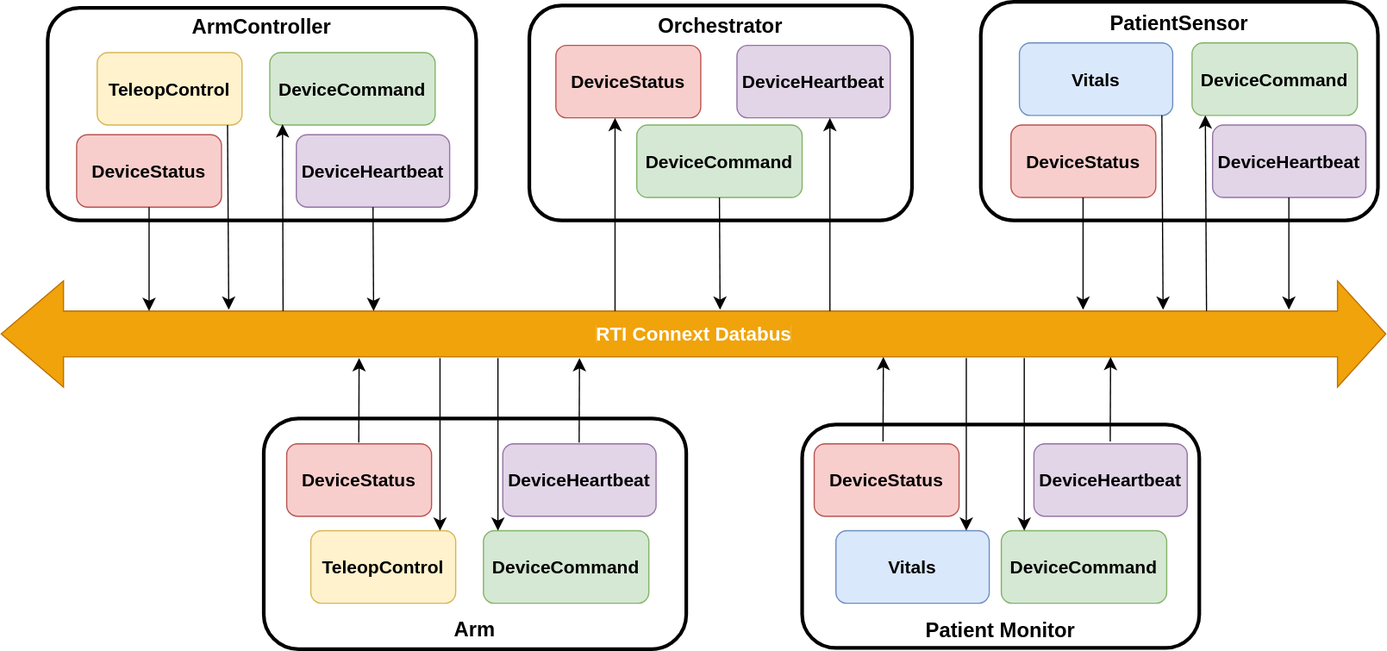
Above: resource/images/module-01-diagram-digital-OR.svg in rticommunity/rticonnextdds-medtech-reference-architecture (draw.io), before the change. Source tidied: cells renumbered, new cells last; positions are measured from the earlier drawing's top-left corner, leaving out a move shared by most shapes.
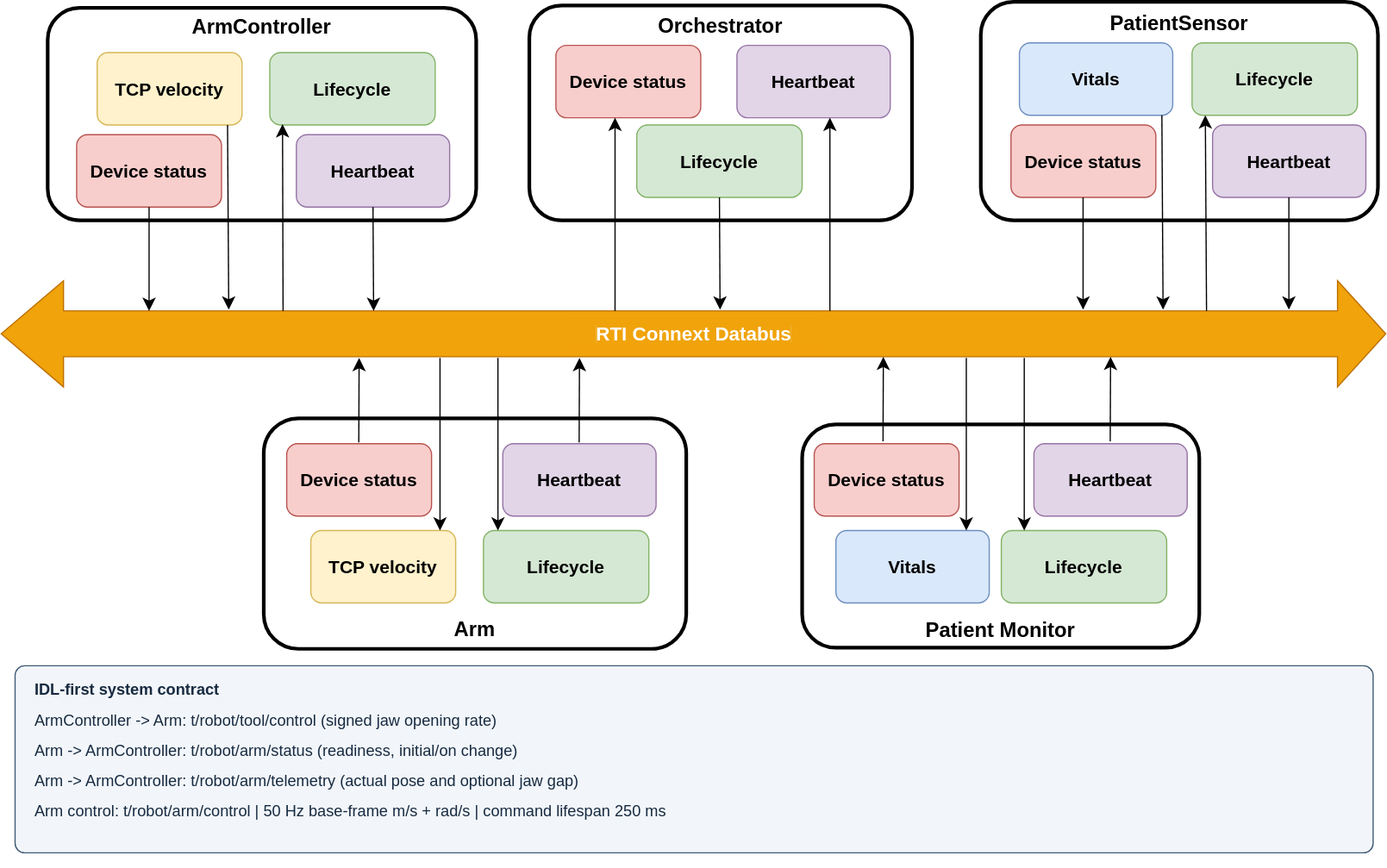
The same file after the commit.

The edit, as a diff of the source:
```diff
@@ -23,61 +23,61 @@
         <mxPoint x="1148" y="275" as="targetPoint" />
       </mxGeometry>
     </mxCell>
-    <mxCell id="8" value="&lt;b&gt;&lt;font style=&quot;font-size: 15px;&quot;&gt;DeviceStatus&lt;/font&gt;&lt;/b&gt;" style="rounded=1;whiteSpace=wrap;html=1;fillColor=#f8cecc;strokeColor=#b85450;" parent="1" vertex="1">
+    <mxCell id="8" value="&lt;b&gt;&lt;font style=&quot;font-size: 15px;&quot;&gt;Device status&lt;/font&gt;&lt;/b&gt;" style="rounded=1;whiteSpace=wrap;html=1;fillColor=#f8cecc;strokeColor=#b85450;" parent="1" vertex="1">
       <mxGeometry x="237" y="366" width="120" height="60" as="geometry" />
     </mxCell>
-    <mxCell id="9" value="&lt;b&gt;&lt;font style=&quot;font-size: 15px;&quot;&gt;DeviceHeartbeat&lt;/font&gt;&lt;/b&gt;" style="rounded=1;whiteSpace=wrap;html=1;fillColor=#e1d5e7;strokeColor=#9673a6;" parent="1" vertex="1">
+    <mxCell id="9" value="&lt;b&gt;&lt;font style=&quot;font-size: 15px;&quot;&gt;Heartbeat&lt;/font&gt;&lt;/b&gt;" style="rounded=1;whiteSpace=wrap;html=1;fillColor=#e1d5e7;strokeColor=#9673a6;" parent="1" vertex="1">
       <mxGeometry x="416" y="366" width="127" height="60" as="geometry" />
     </mxCell>
-    <mxCell id="10" value="&lt;b&gt;&lt;font style=&quot;font-size: 15px;&quot;&gt;TeleopControl&lt;/font&gt;&lt;/b&gt;" style="rounded=1;whiteSpace=wrap;html=1;fillColor=#fff2cc;strokeColor=#d6b656;" parent="1" vertex="1">
+    <mxCell id="10" value="&lt;b&gt;&lt;font style=&quot;font-size: 15px;&quot;&gt;TCP velocity&lt;/font&gt;&lt;/b&gt;" style="rounded=1;whiteSpace=wrap;html=1;fillColor=#fff2cc;strokeColor=#d6b656;" parent="1" vertex="1">
       <mxGeometry x="257" y="438" width="120" height="60" as="geometry" />
     </mxCell>
-    <mxCell id="11" value="&lt;b&gt;&lt;font style=&quot;font-size: 15px;&quot;&gt;DeviceCommand&lt;/font&gt;&lt;/b&gt;" style="rounded=1;whiteSpace=wrap;html=1;fillColor=#d5e8d4;strokeColor=#82b366;" parent="1" vertex="1">
+    <mxCell id="11" value="&lt;b&gt;&lt;font style=&quot;font-size: 15px;&quot;&gt;Lifecycle&lt;/font&gt;&lt;/b&gt;" style="rounded=1;whiteSpace=wrap;html=1;fillColor=#d5e8d4;strokeColor=#82b366;" parent="1" vertex="1">
       <mxGeometry x="400" y="438" width="137" height="60" as="geometry" />
     </mxCell>
-    <mxCell id="12" value="&lt;b&gt;&lt;font style=&quot;font-size: 15px;&quot;&gt;DeviceStatus&lt;/font&gt;&lt;/b&gt;" style="rounded=1;whiteSpace=wrap;html=1;fillColor=#f8cecc;strokeColor=#b85450;" parent="1" vertex="1">
+    <mxCell id="12" value="&lt;b&gt;&lt;font style=&quot;font-size: 15px;&quot;&gt;Device status&lt;/font&gt;&lt;/b&gt;" style="rounded=1;whiteSpace=wrap;html=1;fillColor=#f8cecc;strokeColor=#b85450;" parent="1" vertex="1">
       <mxGeometry x="63" y="110" width="120" height="60" as="geometry" />
     </mxCell>
-    <mxCell id="13" value="&lt;b&gt;&lt;font style=&quot;font-size: 15px;&quot;&gt;DeviceHeartbeat&lt;/font&gt;&lt;/b&gt;" style="rounded=1;whiteSpace=wrap;html=1;fillColor=#e1d5e7;strokeColor=#9673a6;" parent="1" vertex="1">
+    <mxCell id="13" value="&lt;b&gt;&lt;font style=&quot;font-size: 15px;&quot;&gt;Heartbeat&lt;/font&gt;&lt;/b&gt;" style="rounded=1;whiteSpace=wrap;html=1;fillColor=#e1d5e7;strokeColor=#9673a6;" parent="1" vertex="1">
       <mxGeometry x="245" y="110" width="127" height="60" as="geometry" />
     </mxCell>
-    <mxCell id="14" value="&lt;b&gt;&lt;font style=&quot;font-size: 15px;&quot;&gt;TeleopControl&lt;/font&gt;&lt;/b&gt;" style="rounded=1;whiteSpace=wrap;html=1;fillColor=#fff2cc;strokeColor=#d6b656;" parent="1" vertex="1">
+    <mxCell id="14" value="&lt;b&gt;&lt;font style=&quot;font-size: 15px;&quot;&gt;TCP velocity&lt;/font&gt;&lt;/b&gt;" style="rounded=1;whiteSpace=wrap;html=1;fillColor=#fff2cc;strokeColor=#d6b656;" parent="1" vertex="1">
       <mxGeometry x="80" y="42" width="120" height="60" as="geometry" />
     </mxCell>
-    <mxCell id="15" value="&lt;b&gt;&lt;font style=&quot;font-size: 15px;&quot;&gt;DeviceCommand&lt;/font&gt;&lt;/b&gt;" style="rounded=1;whiteSpace=wrap;html=1;fillColor=#d5e8d4;strokeColor=#82b366;" parent="1" vertex="1">
+    <mxCell id="15" value="&lt;b&gt;&lt;font style=&quot;font-size: 15px;&quot;&gt;Lifecycle&lt;/font&gt;&lt;/b&gt;" style="rounded=1;whiteSpace=wrap;html=1;fillColor=#d5e8d4;strokeColor=#82b366;" parent="1" vertex="1">
       <mxGeometry x="223" y="42" width="137" height="60" as="geometry" />
     </mxCell>
-    <mxCell id="16" value="&lt;b&gt;&lt;font style=&quot;font-size: 15px;&quot;&gt;DeviceCommand&lt;/font&gt;&lt;/b&gt;" style="rounded=1;whiteSpace=wrap;html=1;fillColor=#d5e8d4;strokeColor=#82b366;" parent="1" vertex="1">
+    <mxCell id="16" value="&lt;b&gt;&lt;font style=&quot;font-size: 15px;&quot;&gt;Lifecycle&lt;/font&gt;&lt;/b&gt;" style="rounded=1;whiteSpace=wrap;html=1;fillColor=#d5e8d4;strokeColor=#82b366;" parent="1" vertex="1">
       <mxGeometry x="527" y="102" width="137" height="60" as="geometry" />
     </mxCell>
-    <mxCell id="17" value="&lt;b&gt;&lt;font style=&quot;font-size: 15px;&quot;&gt;DeviceStatus&lt;/font&gt;&lt;/b&gt;" style="rounded=1;whiteSpace=wrap;html=1;fillColor=#f8cecc;strokeColor=#b85450;" parent="1" vertex="1">
+    <mxCell id="17" value="&lt;b&gt;&lt;font style=&quot;font-size: 15px;&quot;&gt;Device status&lt;/font&gt;&lt;/b&gt;" style="rounded=1;whiteSpace=wrap;html=1;fillColor=#f8cecc;strokeColor=#b85450;" parent="1" vertex="1">
       <mxGeometry x="460" y="36" width="120" height="60" as="geometry" />
     </mxCell>
-    <mxCell id="18" value="&lt;b&gt;&lt;font style=&quot;font-size: 15px;&quot;&gt;DeviceHeartbeat&lt;/font&gt;&lt;/b&gt;" style="rounded=1;whiteSpace=wrap;html=1;fillColor=#e1d5e7;strokeColor=#9673a6;" parent="1" vertex="1">
+    <mxCell id="18" value="&lt;b&gt;&lt;font style=&quot;font-size: 15px;&quot;&gt;Heartbeat&lt;/font&gt;&lt;/b&gt;" style="rounded=1;whiteSpace=wrap;html=1;fillColor=#e1d5e7;strokeColor=#9673a6;" parent="1" vertex="1">
       <mxGeometry x="610" y="36" width="127" height="60" as="geometry" />
     </mxCell>
-    <mxCell id="19" value="&lt;b&gt;&lt;font style=&quot;font-size: 15px;&quot;&gt;DeviceStatus&lt;/font&gt;&lt;/b&gt;" style="rounded=1;whiteSpace=wrap;html=1;fillColor=#f8cecc;strokeColor=#b85450;" parent="1" vertex="1">
+    <mxCell id="19" value="&lt;b&gt;&lt;font style=&quot;font-size: 15px;&quot;&gt;Device status&lt;/font&gt;&lt;/b&gt;" style="rounded=1;whiteSpace=wrap;html=1;fillColor=#f8cecc;strokeColor=#b85450;" parent="1" vertex="1">
       <mxGeometry x="837" y="102" width="120" height="60" as="geometry" />
     </mxCell>
-    <mxCell id="20" value="&lt;b&gt;&lt;font style=&quot;font-size: 15px;&quot;&gt;DeviceHeartbeat&lt;/font&gt;&lt;/b&gt;" style="rounded=1;whiteSpace=wrap;html=1;fillColor=#e1d5e7;strokeColor=#9673a6;" parent="1" vertex="1">
+    <mxCell id="20" value="&lt;b&gt;&lt;font style=&quot;font-size: 15px;&quot;&gt;Heartbeat&lt;/font&gt;&lt;/b&gt;" style="rounded=1;whiteSpace=wrap;html=1;fillColor=#e1d5e7;strokeColor=#9673a6;" parent="1" vertex="1">
       <mxGeometry x="1004" y="102" width="127" height="60" as="geometry" />
     </mxCell>
     <mxCell id="21" value="&lt;b&gt;&lt;font style=&quot;font-size: 15px;&quot;&gt;Vitals&lt;/font&gt;&lt;/b&gt;" style="rounded=1;whiteSpace=wrap;html=1;fillColor=#dae8fc;strokeColor=#6c8ebf;" parent="1" vertex="1">
       <mxGeometry x="844" y="34" width="127" height="60" as="geometry" />
     </mxCell>
-    <mxCell id="22" value="&lt;b&gt;&lt;font style=&quot;font-size: 15px;&quot;&gt;DeviceCommand&lt;/font&gt;&lt;/b&gt;" style="rounded=1;whiteSpace=wrap;html=1;fillColor=#d5e8d4;strokeColor=#82b366;" parent="1" vertex="1">
+    <mxCell id="22" value="&lt;b&gt;&lt;font style=&quot;font-size: 15px;&quot;&gt;Lifecycle&lt;/font&gt;&lt;/b&gt;" style="rounded=1;whiteSpace=wrap;html=1;fillColor=#d5e8d4;strokeColor=#82b366;" parent="1" vertex="1">
       <mxGeometry x="987" y="34" width="137" height="60" as="geometry" />
     </mxCell>
-    <mxCell id="23" value="&lt;b&gt;&lt;font style=&quot;font-size: 15px;&quot;&gt;DeviceStatus&lt;/font&gt;&lt;/b&gt;" style="rounded=1;whiteSpace=wrap;html=1;fillColor=#f8cecc;strokeColor=#b85450;" parent="1" vertex="1">
+    <mxCell id="23" value="&lt;b&gt;&lt;font style=&quot;font-size: 15px;&quot;&gt;Device status&lt;/font&gt;&lt;/b&gt;" style="rounded=1;whiteSpace=wrap;html=1;fillColor=#f8cecc;strokeColor=#b85450;" parent="1" vertex="1">
       <mxGeometry x="674" y="366" width="120" height="60" as="geometry" />
     </mxCell>
-    <mxCell id="24" value="&lt;b&gt;&lt;font style=&quot;font-size: 15px;&quot;&gt;DeviceHeartbeat&lt;/font&gt;&lt;/b&gt;" style="rounded=1;whiteSpace=wrap;html=1;fillColor=#e1d5e7;strokeColor=#9673a6;" parent="1" vertex="1">
+    <mxCell id="24" value="&lt;b&gt;&lt;font style=&quot;font-size: 15px;&quot;&gt;Heartbeat&lt;/font&gt;&lt;/b&gt;" style="rounded=1;whiteSpace=wrap;html=1;fillColor=#e1d5e7;strokeColor=#9673a6;" parent="1" vertex="1">
       <mxGeometry x="856" y="366" width="127" height="60" as="geometry" />
     </mxCell>
     <mxCell id="25" value="&lt;b&gt;&lt;font style=&quot;font-size: 15px;&quot;&gt;Vitals&lt;/font&gt;&lt;/b&gt;" style="rounded=1;whiteSpace=wrap;html=1;fillColor=#dae8fc;strokeColor=#6c8ebf;" parent="1" vertex="1">
       <mxGeometry x="692" y="438" width="127" height="60" as="geometry" />
     </mxCell>
-    <mxCell id="26" value="&lt;b&gt;&lt;font style=&quot;font-size: 15px;&quot;&gt;DeviceCommand&lt;/font&gt;&lt;/b&gt;" style="rounded=1;whiteSpace=wrap;html=1;fillColor=#d5e8d4;strokeColor=#82b366;" parent="1" vertex="1">
+    <mxCell id="26" value="&lt;b&gt;&lt;font style=&quot;font-size: 15px;&quot;&gt;Lifecycle&lt;/font&gt;&lt;/b&gt;" style="rounded=1;whiteSpace=wrap;html=1;fillColor=#d5e8d4;strokeColor=#82b366;" parent="1" vertex="1">
       <mxGeometry x="829" y="438" width="137" height="60" as="geometry" />
     </mxCell>
     <mxCell id="27" style="endArrow=classic;html=1;rounded=0;fontSize=12;startSize=8;endSize=8;exitX=0.5;exitY=1;exitDx=0;exitDy=0;" parent="1" edge="1" source="12">
@@ -196,5 +196,8 @@
     <mxCell id="47" style="rounded=0;whiteSpace=wrap;html=1;strokeColor=#F0A30A;fillColor=#F0A30A;" parent="1" vertex="1">
       <mxGeometry x="471" y="283" width="216" height="5" as="geometry" />
     </mxCell>
+    <mxCell id="48" value="&lt;b&gt;IDL-first system contract&lt;/b&gt;&lt;br&gt;ArmController -&amp;gt; Arm: t/robot/tool/control (signed jaw opening rate)&lt;br&gt;Arm -&amp;gt; ArmController: t/robot/arm/status (readiness, initial/on change)&lt;br&gt;Arm -&amp;gt; ArmController: t/robot/arm/telemetry (actual pose and optional jaw gap)&lt;br&gt;Arm control: t/robot/arm/control | 50 Hz base-frame m/s + rad/s | command lifespan 250 ms" style="rounded=1;whiteSpace=wrap;html=1;align=left;spacing=12;fillColor=#ffffff;strokeColor=#405a75;" parent="1" vertex="1">
+      <mxGeometry x="115" y="560" width="1117" height="150" as="geometry" />
+    </mxCell>
   </root>
 </mxGraphModel>
```
